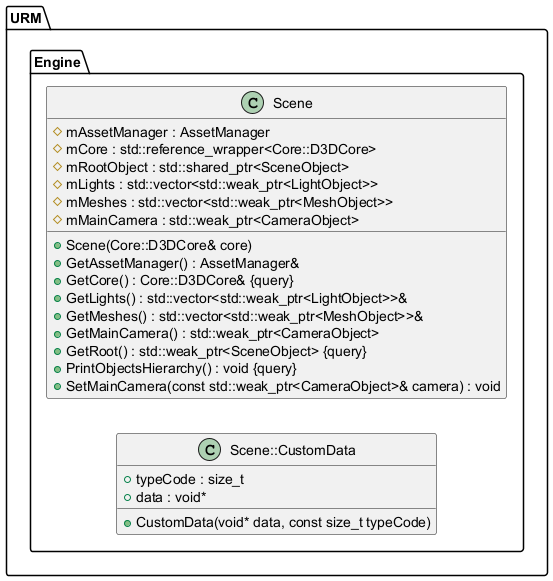
The PlantUML diagram Latex/images/UML/scene.png in MinikPLayer/MasterThesis_UniversalRenderingModule_D3D11, before a commit.
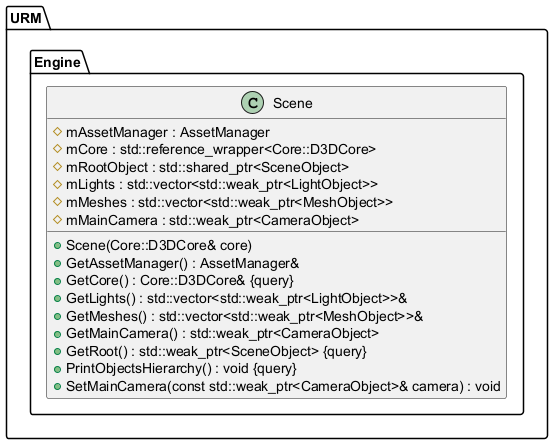
Later version of the same file.

The edit, as a diff of the source:
```diff
@@ -25,12 +25,6 @@
 			+PrintObjectsHierarchy() : void {query}
 			+SetMainCamera(const std::weak_ptr<CameraObject>& camera) : void
 		}
-
-		class Scene::CustomData {
-			+CustomData(void* data, const size_t typeCode)
-			+typeCode : size_t
-			+data : void*
-		}
 	}
 }
 
@@ -48,9 +42,6 @@
 
 
 
-URM.Engine.Scene +-- URM.Engine.Scene.CustomData
-
-
 
 
 @enduml
```
